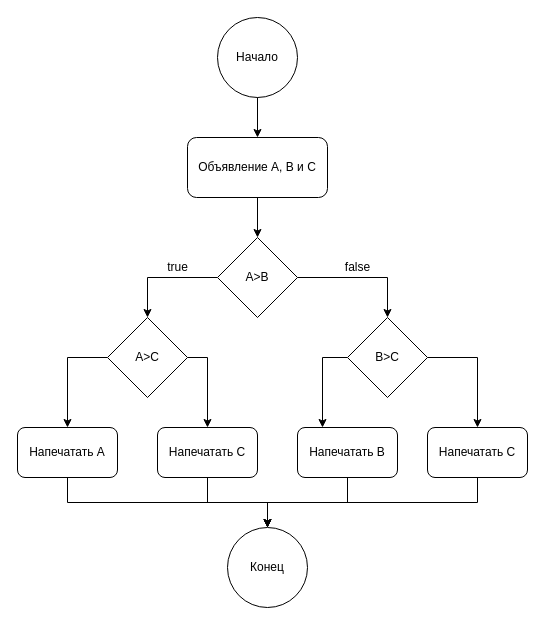
Earlier version of the draw.io diagram Untitled Diagram.drawio (Olegsander48/job4j_elementary). Source tidied: cells renumbered, new cells numbered last; positions are measured from the earlier drawing's top-left corner, leaving out a move shared by most shapes. Both pictures are drawn from the tidied source at 100%, with x=0, y=0 at pixel (17, 17).
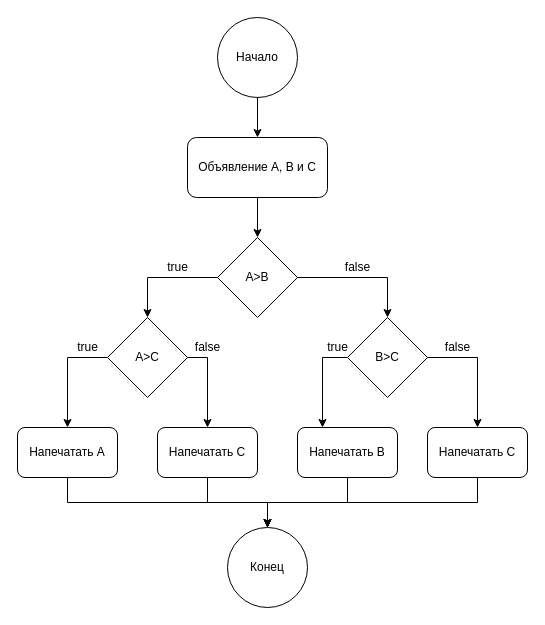
After the change.

What changed in the source:
```diff
@@
+    <mxCell id="26" value="true" style="text;html=1;align=center;verticalAlign=middle;strokeColor=none;fillColor=none;" parent="1" vertex="1">
+      <mxGeometry x="50" y="320" width="40" height="20" as="geometry" />
+    </mxCell>
+    <mxCell id="27" value="true" style="text;html=1;align=center;verticalAlign=middle;strokeColor=none;fillColor=none;" parent="1" vertex="1">
+      <mxGeometry x="300" y="320" width="40" height="20" as="geometry" />
+    </mxCell>
+    <mxCell id="28" value="false" style="text;html=1;align=center;verticalAlign=middle;strokeColor=none;fillColor=none;" parent="1" vertex="1">
+      <mxGeometry x="170" y="320" width="40" height="20" as="geometry" />
+    </mxCell>
+    <mxCell id="29" value="false" style="text;html=1;align=center;verticalAlign=middle;strokeColor=none;fillColor=none;" parent="1" vertex="1">
+      <mxGeometry x="420" y="320" width="40" height="20" as="geometry" />
+    </mxCell>
```
